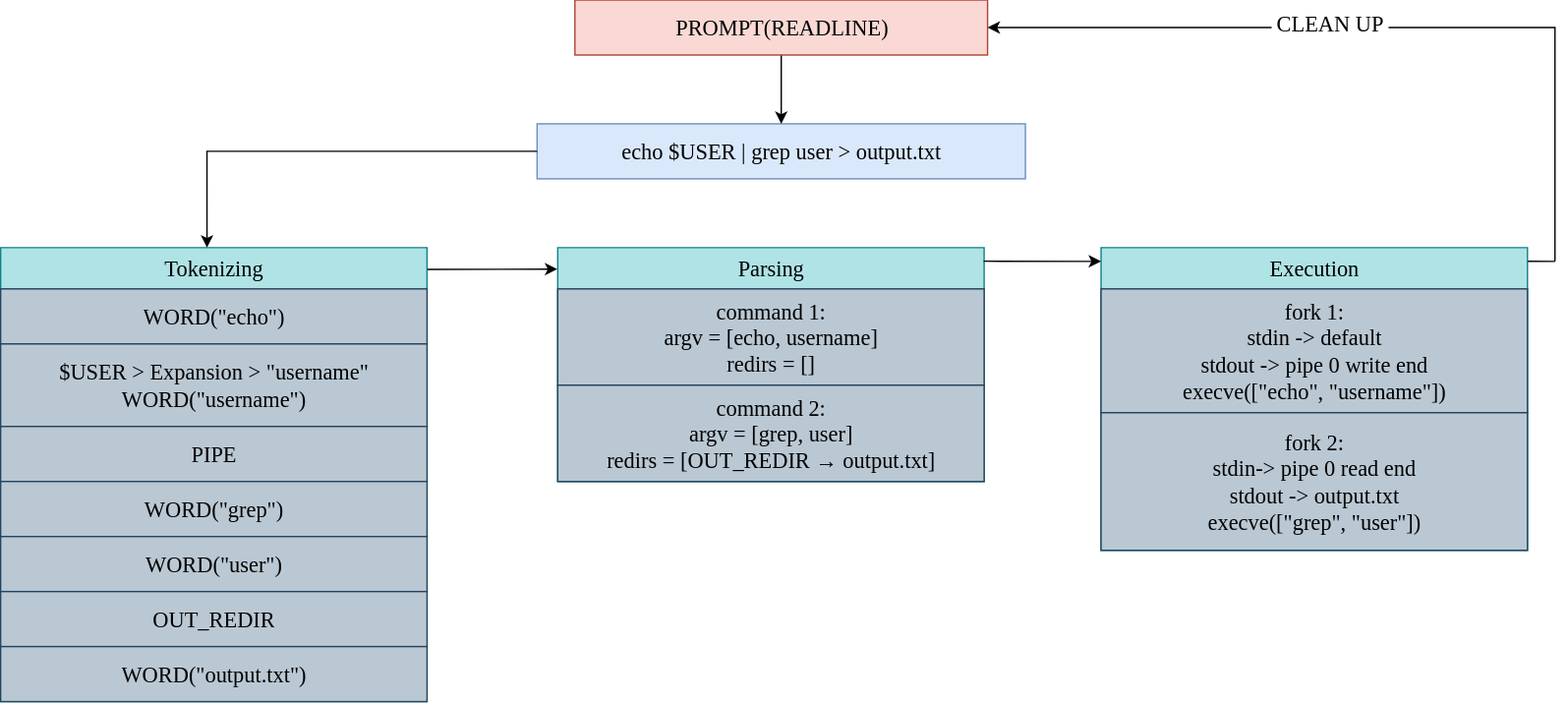
Above: assets/example.svg in ahmad-nashwan/minishell (draw.io), before the change. Source tidied: cells renumbered, new cells last; positions are measured from the earlier drawing's top-left corner, leaving out a move shared by most shapes.
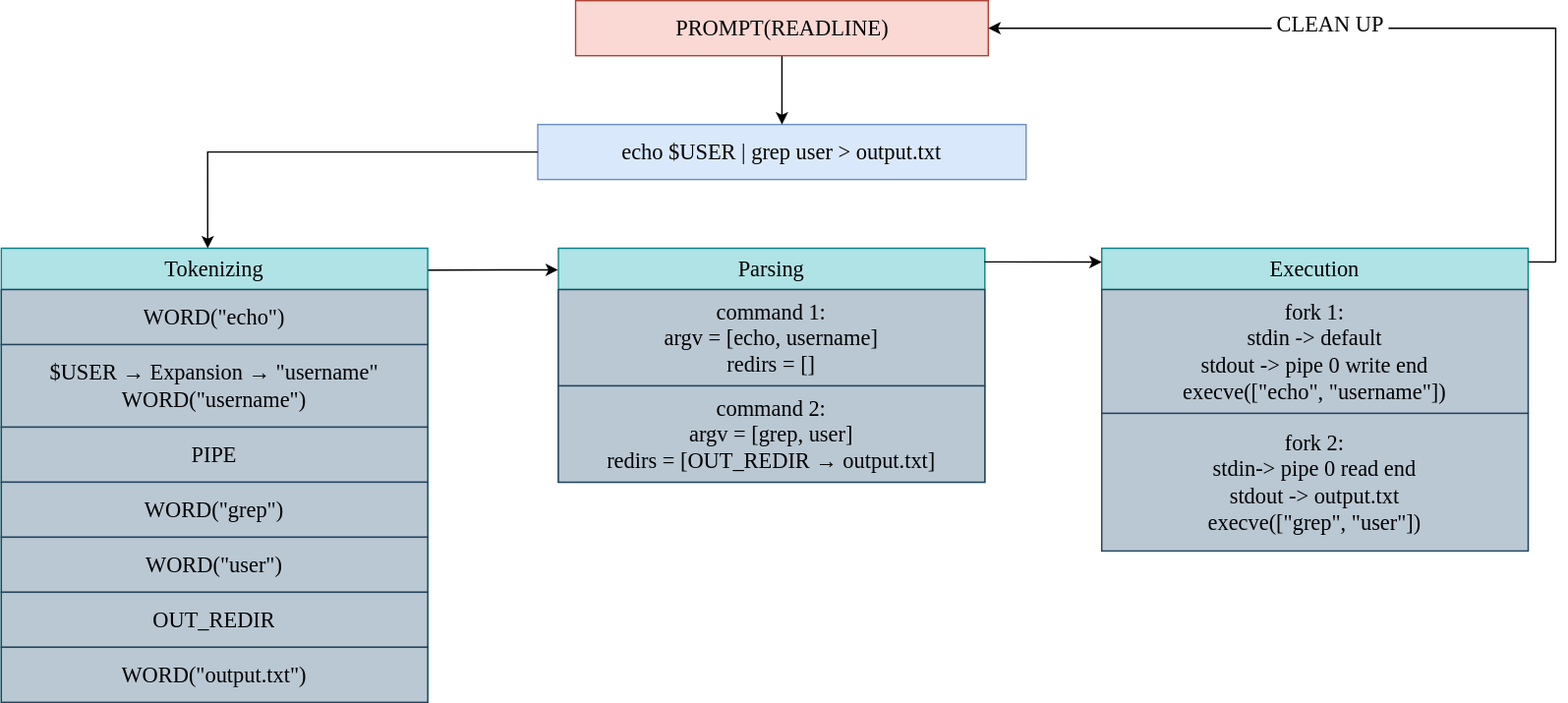
The same diagram one commit later.

The edit, as a diff of the source:
```diff
@@ -11,7 +11,7 @@
     <mxCell id="4" value="&lt;font&gt;WORD(&quot;echo&quot;)&lt;/font&gt;" style="text;strokeColor=#23445d;fillColor=#bac8d3;align=center;verticalAlign=middle;spacingLeft=4;spacingRight=4;overflow=hidden;whiteSpace=wrap;html=1;fontSize=16;fontFamily=Verdana;" parent="3" vertex="1">
       <mxGeometry y="30" width="310" height="40" as="geometry" />
     </mxCell>
-    <mxCell id="5" value="&lt;font&gt;$USER &amp;gt; Expansion &amp;gt; &quot;username&quot;&lt;/font&gt;&lt;div&gt;&lt;div&gt;&lt;font&gt;WORD(&quot;username&quot;)&lt;/font&gt;&lt;/div&gt;&lt;/div&gt;" style="text;strokeColor=#23445d;fillColor=#bac8d3;align=center;verticalAlign=middle;spacingLeft=4;spacingRight=4;overflow=hidden;whiteSpace=wrap;html=1;fontSize=16;fontFamily=Verdana;" parent="3" vertex="1">
+    <mxCell id="5" value="&lt;font&gt;$USER →&amp;nbsp;Expansion →&amp;nbsp;&quot;username&quot;&lt;/font&gt;&lt;div&gt;&lt;div&gt;&lt;font&gt;WORD(&quot;username&quot;)&lt;/font&gt;&lt;/div&gt;&lt;/div&gt;" style="text;strokeColor=#23445d;fillColor=#bac8d3;align=center;verticalAlign=middle;spacingLeft=4;spacingRight=4;overflow=hidden;whiteSpace=wrap;html=1;fontSize=16;fontFamily=Verdana;" parent="3" vertex="1">
       <mxGeometry y="70" width="310" height="60" as="geometry" />
     </mxCell>
     <mxCell id="6" value="&lt;font&gt;PIPE&lt;/font&gt;" style="text;strokeColor=#23445d;fillColor=#bac8d3;align=center;verticalAlign=middle;spacingLeft=4;spacingRight=4;overflow=hidden;whiteSpace=wrap;html=1;fontSize=16;fontFamily=Verdana;" parent="3" vertex="1">
```
